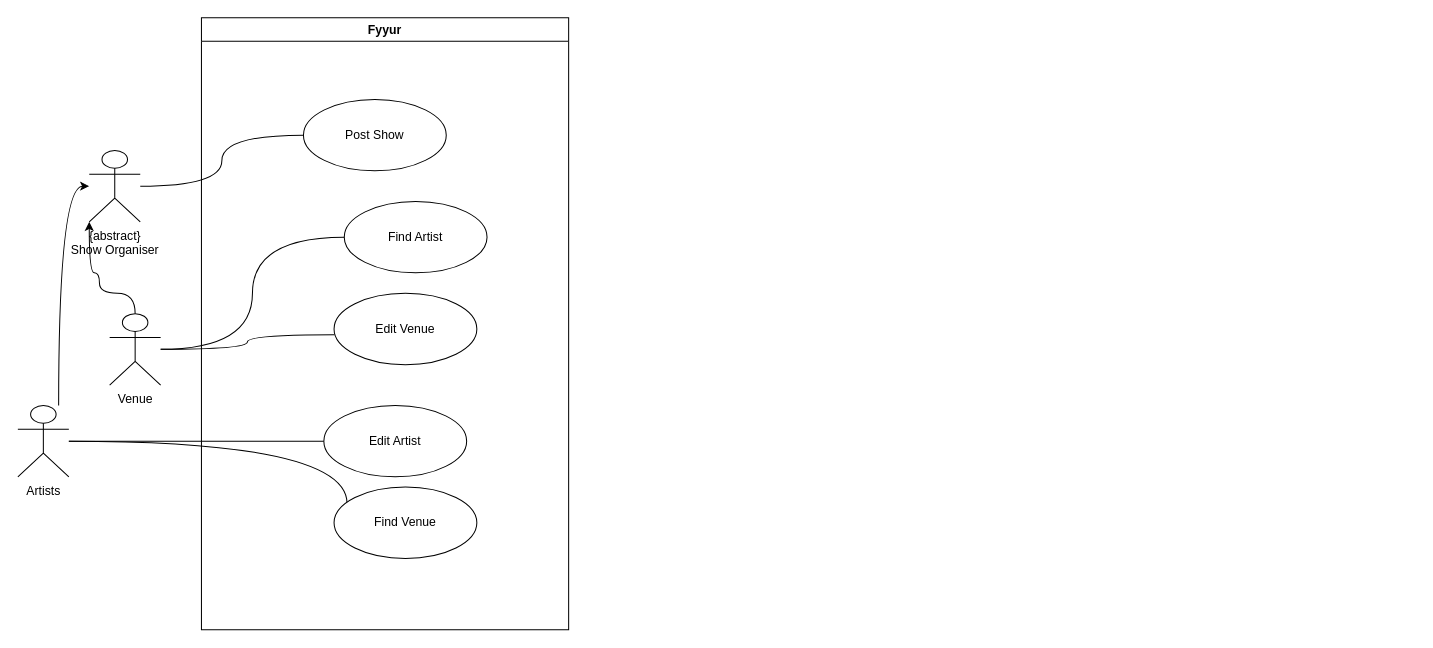
This is fyyur.drawio from thaivu93/cd0046-SQL-and-Data-Modeling-for-the-Web, a draw.io file, before an edit. Source tidied: cells renumbered, new cells numbered last; positions are measured from the earlier drawing's top-left corner, leaving out a move shared by most shapes. Both pictures are drawn from the tidied source at 102%, with x=0, y=0 at pixel (17, 17).
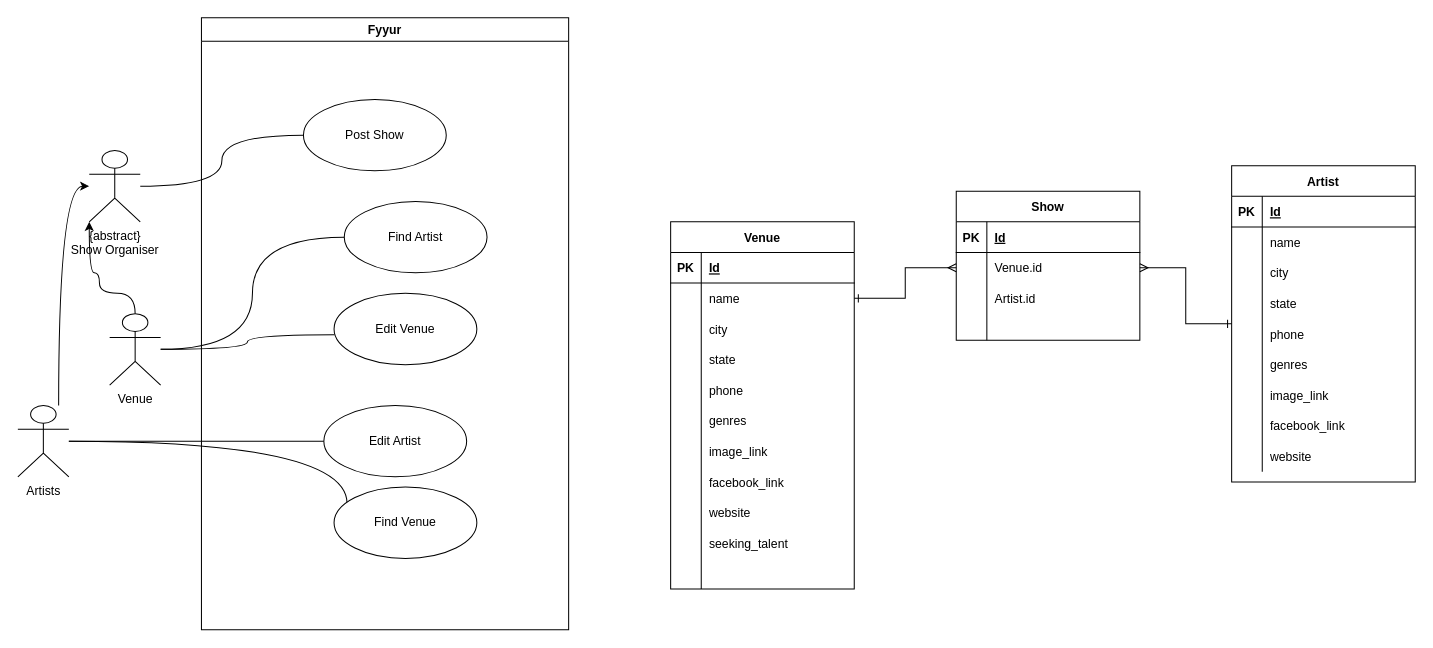
After the change.

The edit, as a diff of the source:
```diff
@@
+    <mxCell id="19" value="Venue" style="shape=table;startSize=30;childLayout=tableLayout;rowLines=0;fontStyle=1;align=center;" parent="1" vertex="1">
+      <mxGeometry x="640" y="200" width="180" height="360" as="geometry" />
+    </mxCell>
+    <mxCell id="20" style="shape=tableRow;horizontal=0;startSize=0;swimlaneHead=0;swimlaneBody=0;fillColor=none;top=0;left=0;right=0;bottom=1;" parent="19" vertex="1">
+      <mxGeometry y="30" width="180" height="30" as="geometry" />
+    </mxCell>
+    <mxCell id="21" value="PK" style="shape=partialRectangle;fillColor=none;top=0;left=0;bottom=0;right=0;fontStyle=1;overflow=hidden;" parent="20" vertex="1">
+      <mxGeometry width="30" height="30" as="geometry" />
+    </mxCell>
+    <mxCell id="22" value="Id" style="shape=partialRectangle;fillColor=none;top=0;left=0;bottom=0;right=0;align=left;spacingLeft=6;fontStyle=5;overflow=hidden;" parent="20" vertex="1">
+      <mxGeometry x="30" width="150" height="30" as="geometry" />
+    </mxCell>
+    <mxCell id="23" style="shape=tableRow;horizontal=0;startSize=0;swimlaneHead=0;swimlaneBody=0;fillColor=none;points=[[0,0.5],[1,0.5]];portConstraint=eastwest;top=0;left=0;right=0;bottom=0;" parent="19" vertex="1">
+      <mxGeometry y="60" width="180" height="30" as="geometry" />
+    </mxCell>
+    <mxCell id="24" style="shape=partialRectangle;fillColor=none;top=0;left=0;bottom=0;right=0;overflow=hidden;" parent="23" vertex="1">
+      <mxGeometry width="30" height="30" as="geometry" />
+    </mxCell>
+    <mxCell id="25" value="name" style="shape=partialRectangle;fillColor=none;top=0;left=0;bottom=0;right=0;align=left;spacingLeft=6;overflow=hidden;" parent="23" vertex="1">
+      <mxGeometry x="30" width="150" height="30" as="geometry" />
+    </mxCell>
+    <mxCell id="26" style="shape=tableRow;horizontal=0;startSize=0;swimlaneHead=0;swimlaneBody=0;fillColor=none;top=0;left=0;right=0;bottom=0;" parent="19" vertex="1">
+      <mxGeometry y="90" width="180" height="30" as="geometry" />
+    </mxCell>
+    <mxCell id="27" style="shape=partialRectangle;fillColor=none;top=0;left=0;bottom=0;right=0;overflow=hidden;" parent="26" vertex="1">
+      <mxGeometry width="30" height="30" as="geometry" />
+    </mxCell>
+    <mxCell id="28" value="city" style="shape=partialRectangle;fillColor=none;top=0;left=0;bottom=0;right=0;align=left;spacingLeft=6;overflow=hidden;" parent="26" vertex="1">
+      <mxGeometry x="30" width="150" height="30" as="geometry" />
+    </mxCell>
+    <mxCell id="29" style="shape=tableRow;horizontal=0;startSize=0;swimlaneHead=0;swimlaneBody=0;fillColor=none;top=0;left=0;right=0;bottom=0;" parent="19" vertex="1">
+      <mxGeometry y="120" width="180" height="30" as="geometry" />
+    </mxCell>
+    <mxCell id="30" style="shape=partialRectangle;fillColor=none;top=0;left=0;bottom=0;right=0;overflow=hidden;" parent="29" vertex="1">
+      <mxGeometry width="30" height="30" as="geometry" />
+    </mxCell>
+    <mxCell id="31" value="state" style="shape=partialRectangle;fillColor=none;top=0;left=0;bottom=0;right=0;align=left;spacingLeft=6;overflow=hidden;" parent="29" vertex="1">
+      <mxGeometry x="30" width="150" height="30" as="geometry" />
+    </mxCell>
+    <mxCell id="32" style="shape=tableRow;horizontal=0;startSize=0;swimlaneHead=0;swimlaneBody=0;fillColor=none;top=0;left=0;right=0;bottom=0;" parent="19" vertex="1">
+      <mxGeometry y="150" width="180" height="30" as="geometry" />
+    </mxCell>
+    <mxCell id="33" style="shape=partialRectangle;fillColor=none;top=0;left=0;bottom=0;right=0;overflow=hidden;" parent="32" vertex="1">
+      <mxGeometry width="30" height="30" as="geometry" />
+    </mxCell>
+    <mxCell id="34" value="phone" style="shape=partialRectangle;fillColor=none;top=0;left=0;bottom=0;right=0;align=left;spacingLeft=6;overflow=hidden;" parent="32" vertex="1">
+      <mxGeometry x="30" width="150" height="30" as="geometry" />
+    </mxCell>
+    <mxCell id="35" style="shape=tableRow;horizontal=0;startSize=0;swimlaneHead=0;swimlaneBody=0;fillColor=none;top=0;left=0;right=0;bottom=0;" parent="19" vertex="1">
+      <mxGeometry y="180" width="180" height="30" as="geometry" />
+    </mxCell>
+    <mxCell id="36" style="shape=partialRectangle;fillColor=none;top=0;left=0;bottom=0;right=0;overflow=hidden;" parent="35" vertex="1">
+      <mxGeometry width="30" height="30" as="geometry" />
+    </mxCell>
+    <mxCell id="37" value="genres" style="shape=partialRectangle;fillColor=none;top=0;left=0;bottom=0;right=0;align=left;spacingLeft=6;overflow=hidden;" parent="35" vertex="1">
+      <mxGeometry x="30" width="150" height="30" as="geometry" />
+    </mxCell>
+    <mxCell id="38" style="shape=tableRow;horizontal=0;startSize=0;swimlaneHead=0;swimlaneBody=0;fillColor=none;top=0;left=0;right=0;bottom=0;" parent="19" vertex="1">
+      <mxGeometry y="210" width="180" height="30" as="geometry" />
+    </mxCell>
+    <mxCell id="39" style="shape=partialRectangle;fillColor=none;top=0;left=0;bottom=0;right=0;overflow=hidden;" parent="38" vertex="1">
+      <mxGeometry width="30" height="30" as="geometry" />
+    </mxCell>
+    <mxCell id="40" value="image_link" style="shape=partialRectangle;fillColor=none;top=0;left=0;bottom=0;right=0;align=left;spacingLeft=6;overflow=hidden;" parent="38" vertex="1">
+      <mxGeometry x="30" width="150" height="30" as="geometry" />
+    </mxCell>
+    <mxCell id="41" style="shape=tableRow;horizontal=0;startSize=0;swimlaneHead=0;swimlaneBody=0;fillColor=none;top=0;left=0;right=0;bottom=0;" parent="19" vertex="1">
+      <mxGeometry y="240" width="180" height="30" as="geometry" />
+    </mxCell>
+    <mxCell id="42" style="shape=partialRectangle;fillColor=none;top=0;left=0;bottom=0;right=0;overflow=hidden;" parent="41" vertex="1">
+      <mxGeometry width="30" height="30" as="geometry" />
+    </mxCell>
+    <mxCell id="43" value="facebook_link" style="shape=partialRectangle;fillColor=none;top=0;left=0;bottom=0;right=0;align=left;spacingLeft=6;overflow=hidden;" parent="41" vertex="1">
+      <mxGeometry x="30" width="150" height="30" as="geometry" />
+    </mxCell>
+    <mxCell id="44" style="shape=tableRow;horizontal=0;startSize=0;swimlaneHead=0;swimlaneBody=0;fillColor=none;top=0;left=0;right=0;bottom=0;" parent="19" vertex="1">
+      <mxGeometry y="270" width="180" height="30" as="geometry" />
+    </mxCell>
+    <mxCell id="45" style="shape=partialRectangle;fillColor=none;top=0;left=0;bottom=0;right=0;overflow=hidden;" parent="44" vertex="1">
+      <mxGeometry width="30" height="30" as="geometry" />
+    </mxCell>
+    <mxCell id="46" value="website" style="shape=partialRectangle;fillColor=none;top=0;left=0;bottom=0;right=0;align=left;spacingLeft=6;overflow=hidden;" parent="44" vertex="1">
+      <mxGeometry x="30" width="150" height="30" as="geometry" />
+    </mxCell>
+    <mxCell id="47" style="shape=tableRow;horizontal=0;startSize=0;swimlaneHead=0;swimlaneBody=0;fillColor=none;top=0;left=0;right=0;bottom=0;" parent="19" vertex="1">
+      <mxGeometry y="300" width="180" height="30" as="geometry" />
+    </mxCell>
+    <mxCell id="48" style="shape=partialRectangle;fillColor=none;top=0;left=0;bottom=0;right=0;overflow=hidden;" parent="47" vertex="1">
+      <mxGeometry width="30" height="30" as="geometry" />
+    </mxCell>
+    <mxCell id="49" value="seeking_talent" style="shape=partialRectangle;fillColor=none;top=0;left=0;bottom=0;right=0;align=left;spacingLeft=6;overflow=hidden;" parent="47" vertex="1">
+      <mxGeometry x="30" width="150" height="30" as="geometry" />
+    </mxCell>
+    <mxCell id="50" style="shape=tableRow;horizontal=0;startSize=0;swimlaneHead=0;swimlaneBody=0;fillColor=none;top=0;left=0;right=0;bottom=0;" parent="19" vertex="1">
+      <mxGeometry y="330" width="180" height="30" as="geometry" />
+    </mxCell>
+    <mxCell id="51" style="shape=partialRectangle;fillColor=none;top=0;left=0;bottom=0;right=0;overflow=hidden;" parent="50" vertex="1">
+      <mxGeometry width="30" height="30" as="geometry" />
+    </mxCell>
+    <mxCell id="52" style="shape=partialRectangle;fillColor=none;top=0;left=0;bottom=0;right=0;align=left;spacingLeft=6;overflow=hidden;" parent="50" vertex="1">
+      <mxGeometry x="30" width="150" height="30" as="geometry" />
+    </mxCell>
+    <mxCell id="53" style="edgeStyle=orthogonalEdgeStyle;rounded=0;jettySize=auto;html=1;entryX=1;entryY=0.5;entryDx=0;entryDy=0;endArrow=ERmany;endFill=0;startArrow=ERone;startFill=0;" parent="1" edge="1" source="54" target="86">
+      <mxGeometry relative="1" as="geometry" />
+    </mxCell>
+    <mxCell id="54" value="Artist" style="shape=table;startSize=30;childLayout=tableLayout;rowLines=0;fontStyle=1;align=center;" parent="1" vertex="1">
+      <mxGeometry x="1190" y="145" width="180" height="310" as="geometry" />
+    </mxCell>
+    <mxCell id="55" style="shape=tableRow;horizontal=0;startSize=0;swimlaneHead=0;swimlaneBody=0;fillColor=none;top=0;left=0;right=0;bottom=1;" parent="54" vertex="1">
+      <mxGeometry y="30" width="180" height="30" as="geometry" />
+    </mxCell>
+    <mxCell id="56" value="PK" style="shape=partialRectangle;fillColor=none;top=0;left=0;bottom=0;right=0;fontStyle=1;overflow=hidden;" parent="55" vertex="1">
+      <mxGeometry width="30" height="30" as="geometry" />
+    </mxCell>
+    <mxCell id="57" value="Id" style="shape=partialRectangle;fillColor=none;top=0;left=0;bottom=0;right=0;align=left;spacingLeft=6;fontStyle=5;overflow=hidden;" parent="55" vertex="1">
+      <mxGeometry x="30" width="150" height="30" as="geometry" />
+    </mxCell>
+    <mxCell id="58" style="shape=tableRow;horizontal=0;startSize=0;swimlaneHead=0;swimlaneBody=0;fillColor=none;top=0;left=0;right=0;bottom=0;" parent="54" vertex="1">
+      <mxGeometry y="60" width="180" height="30" as="geometry" />
+    </mxCell>
+    <mxCell id="59" style="shape=partialRectangle;fillColor=none;top=0;left=0;bottom=0;right=0;overflow=hidden;" parent="58" vertex="1">
+      <mxGeometry width="30" height="30" as="geometry" />
+    </mxCell>
+    <mxCell id="60" value="name" style="shape=partialRectangle;fillColor=none;top=0;left=0;bottom=0;right=0;align=left;spacingLeft=6;overflow=hidden;" parent="58" vertex="1">
+      <mxGeometry x="30" width="150" height="30" as="geometry" />
+    </mxCell>
+    <mxCell id="61" style="shape=tableRow;horizontal=0;startSize=0;swimlaneHead=0;swimlaneBody=0;fillColor=none;top=0;left=0;right=0;bottom=0;" parent="54" vertex="1">
+      <mxGeometry y="90" width="180" height="30" as="geometry" />
+    </mxCell>
+    <mxCell id="62" style="shape=partialRectangle;fillColor=none;top=0;left=0;bottom=0;right=0;overflow=hidden;" parent="61" vertex="1">
+      <mxGeometry width="30" height="30" as="geometry" />
+    </mxCell>
+    <mxCell id="63" value="city" style="shape=partialRectangle;fillColor=none;top=0;left=0;bottom=0;right=0;align=left;spacingLeft=6;overflow=hidden;" parent="61" vertex="1">
+      <mxGeometry x="30" width="150" height="30" as="geometry" />
+    </mxCell>
+    <mxCell id="64" style="shape=tableRow;horizontal=0;startSize=0;swimlaneHead=0;swimlaneBody=0;fillColor=none;top=0;left=0;right=0;bottom=0;" parent="54" vertex="1">
+      <mxGeometry y="120" width="180" height="30" as="geometry" />
+    </mxCell>
+    <mxCell id="65" style="shape=partialRectangle;fillColor=none;top=0;left=0;bottom=0;right=0;overflow=hidden;" parent="64" vertex="1">
+      <mxGeometry width="30" height="30" as="geometry" />
+    </mxCell>
+    <mxCell id="66" value="state" style="shape=partialRectangle;fillColor=none;top=0;left=0;bottom=0;right=0;align=left;spacingLeft=6;overflow=hidden;" parent="64" vertex="1">
+      <mxGeometry x="30" width="150" height="30" as="geometry" />
+    </mxCell>
+    <mxCell id="67" style="shape=tableRow;horizontal=0;startSize=0;swimlaneHead=0;swimlaneBody=0;fillColor=none;top=0;left=0;right=0;bottom=0;" parent="54" vertex="1">
+      <mxGeometry y="150" width="180" height="30" as="geometry" />
+    </mxCell>
+    <mxCell id="68" style="shape=partialRectangle;fillColor=none;top=0;left=0;bottom=0;right=0;overflow=hidden;" parent="67" vertex="1">
+      <mxGeometry width="30" height="30" as="geometry" />
+    </mxCell>
+    <mxCell id="69" value="phone" style="shape=partialRectangle;fillColor=none;top=0;left=0;bottom=0;right=0;align=left;spacingLeft=6;overflow=hidden;" parent="67" vertex="1">
+      <mxGeometry x="30" width="150" height="30" as="geometry" />
+    </mxCell>
+    <mxCell id="70" style="shape=tableRow;horizontal=0;startSize=0;swimlaneHead=0;swimlaneBody=0;fillColor=none;top=0;left=0;right=0;bottom=0;" parent="54" vertex="1">
+      <mxGeometry y="180" width="180" height="30" as="geometry" />
+    </mxCell>
+    <mxCell id="71" style="shape=partialRectangle;fillColor=none;top=0;left=0;bottom=0;right=0;overflow=hidden;" parent="70" vertex="1">
+      <mxGeometry width="30" height="30" as="geometry" />
+    </mxCell>
+    <mxCell id="72" value="genres" style="shape=partialRectangle;fillColor=none;top=0;left=0;bottom=0;right=0;align=left;spacingLeft=6;overflow=hidden;" parent="70" vertex="1">
+      <mxGeometry x="30" width="150" height="30" as="geometry" />
+    </mxCell>
+    <mxCell id="73" style="shape=tableRow;horizontal=0;startSize=0;swimlaneHead=0;swimlaneBody=0;fillColor=none;top=0;left=0;right=0;bottom=0;" parent="54" vertex="1">
+      <mxGeometry y="210" width="180" height="30" as="geometry" />
+    </mxCell>
+    <mxCell id="74" style="shape=partialRectangle;fillColor=none;top=0;left=0;bottom=0;right=0;overflow=hidden;" parent="73" vertex="1">
+      <mxGeometry width="30" height="30" as="geometry" />
+    </mxCell>
+    <mxCell id="75" value="image_link" style="shape=partialRectangle;fillColor=none;top=0;left=0;bottom=0;right=0;align=left;spacingLeft=6;overflow=hidden;" parent="73" vertex="1">
+      <mxGeometry x="30" width="150" height="30" as="geometry" />
+    </mxCell>
+    <mxCell id="76" style="shape=tableRow;horizontal=0;startSize=0;swimlaneHead=0;swimlaneBody=0;fillColor=none;top=0;left=0;right=0;bottom=0;" parent="54" vertex="1">
+      <mxGeometry y="240" width="180" height="30" as="geometry" />
+    </mxCell>
+    <mxCell id="77" style="shape=partialRectangle;fillColor=none;top=0;left=0;bottom=0;right=0;overflow=hidden;" parent="76" vertex="1">
+      <mxGeometry width="30" height="30" as="geometry" />
+    </mxCell>
+    <mxCell id="78" value="facebook_link" style="shape=partialRectangle;fillColor=none;top=0;left=0;bottom=0;right=0;align=left;spacingLeft=6;overflow=hidden;" parent="76" vertex="1">
+      <mxGeometry x="30" width="150" height="30" as="geometry" />
+    </mxCell>
+    <mxCell id="79" style="shape=tableRow;horizontal=0;startSize=0;swimlaneHead=0;swimlaneBody=0;fillColor=none;top=0;left=0;right=0;bottom=0;" parent="54" vertex="1">
+      <mxGeometry y="270" width="180" height="30" as="geometry" />
+    </mxCell>
+    <mxCell id="80" style="shape=partialRectangle;fillColor=none;top=0;left=0;bottom=0;right=0;overflow=hidden;" parent="79" vertex="1">
+      <mxGeometry width="30" height="30" as="geometry" />
+    </mxCell>
+    <mxCell id="81" value="website" style="shape=partialRectangle;fillColor=none;top=0;left=0;bottom=0;right=0;align=left;spacingLeft=6;overflow=hidden;" parent="79" vertex="1">
+      <mxGeometry x="30" width="150" height="30" as="geometry" />
+    </mxCell>
+    <mxCell id="82" value="Show" style="shape=table;startSize=30;childLayout=tableLayout;rowLines=0;fontStyle=1;align=center;" parent="1" vertex="1">
+      <mxGeometry x="920" y="170" width="180" height="146" as="geometry" />
+    </mxCell>
+    <mxCell id="83" style="shape=tableRow;horizontal=0;startSize=0;swimlaneHead=0;swimlaneBody=0;fillColor=none;top=0;left=0;right=0;bottom=1;" parent="82" vertex="1">
+      <mxGeometry y="30" width="180" height="30" as="geometry" />
+    </mxCell>
+    <mxCell id="84" value="PK" style="shape=partialRectangle;fillColor=none;top=0;left=0;bottom=0;right=0;fontStyle=1;overflow=hidden;" parent="83" vertex="1">
+      <mxGeometry width="30" height="30" as="geometry" />
+    </mxCell>
+    <mxCell id="85" value="Id" style="shape=partialRectangle;fillColor=none;top=0;left=0;bottom=0;right=0;align=left;spacingLeft=6;fontStyle=5;overflow=hidden;" parent="83" vertex="1">
+      <mxGeometry x="30" width="150" height="30" as="geometry" />
+    </mxCell>
+    <mxCell id="86" style="shape=tableRow;horizontal=0;startSize=0;swimlaneHead=0;swimlaneBody=0;fillColor=none;points=[[0,0.5],[1,0.5]];portConstraint=eastwest;top=0;left=0;right=0;bottom=0;" parent="82" vertex="1">
+      <mxGeometry y="60" width="180" height="30" as="geometry" />
+    </mxCell>
+    <mxCell id="87" style="shape=partialRectangle;fillColor=none;top=0;left=0;bottom=0;right=0;overflow=hidden;" parent="86" vertex="1">
+      <mxGeometry width="30" height="30" as="geometry" />
+    </mxCell>
+    <mxCell id="88" value="Venue.id" style="shape=partialRectangle;fillColor=none;top=0;left=0;bottom=0;right=0;align=left;spacingLeft=6;overflow=hidden;" parent="86" vertex="1">
+      <mxGeometry x="30" width="150" height="30" as="geometry" />
+    </mxCell>
+    <mxCell id="89" style="shape=tableRow;horizontal=0;startSize=0;swimlaneHead=0;swimlaneBody=0;fillColor=none;top=0;left=0;right=0;bottom=0;" parent="82" vertex="1">
+      <mxGeometry y="90" width="180" height="30" as="geometry" />
+    </mxCell>
+    <mxCell id="90" style="shape=partialRectangle;fillColor=none;top=0;left=0;bottom=0;right=0;overflow=hidden;" parent="89" vertex="1">
+      <mxGeometry width="30" height="30" as="geometry" />
+    </mxCell>
+    <mxCell id="91" value="Artist.id" style="shape=partialRectangle;fillColor=none;top=0;left=0;bottom=0;right=0;align=left;spacingLeft=6;overflow=hidden;" parent="89" vertex="1">
+      <mxGeometry x="30" width="150" height="30" as="geometry" />
+    </mxCell>
+    <mxCell id="92" style="shape=tableRow;horizontal=0;startSize=0;swimlaneHead=0;swimlaneBody=0;fillColor=none;top=0;left=0;right=0;bottom=0;" parent="82" vertex="1">
+      <mxGeometry y="120" width="180" height="26" as="geometry" />
+    </mxCell>
+    <mxCell id="93" style="shape=partialRectangle;fillColor=none;top=0;left=0;bottom=0;right=0;overflow=hidden;" parent="92" vertex="1">
+      <mxGeometry width="30" height="26" as="geometry" />
+    </mxCell>
+    <mxCell id="94" style="shape=partialRectangle;fillColor=none;top=0;left=0;bottom=0;right=0;align=left;spacingLeft=6;overflow=hidden;" parent="92" vertex="1">
+      <mxGeometry x="30" width="150" height="26" as="geometry" />
+    </mxCell>
+    <mxCell id="95" style="edgeStyle=orthogonalEdgeStyle;rounded=0;jettySize=auto;html=1;startArrow=ERone;startFill=0;endArrow=ERmany;endFill=0;" parent="1" edge="1" source="23" target="86">
+      <mxGeometry relative="1" as="geometry" />
+    </mxCell>
```
